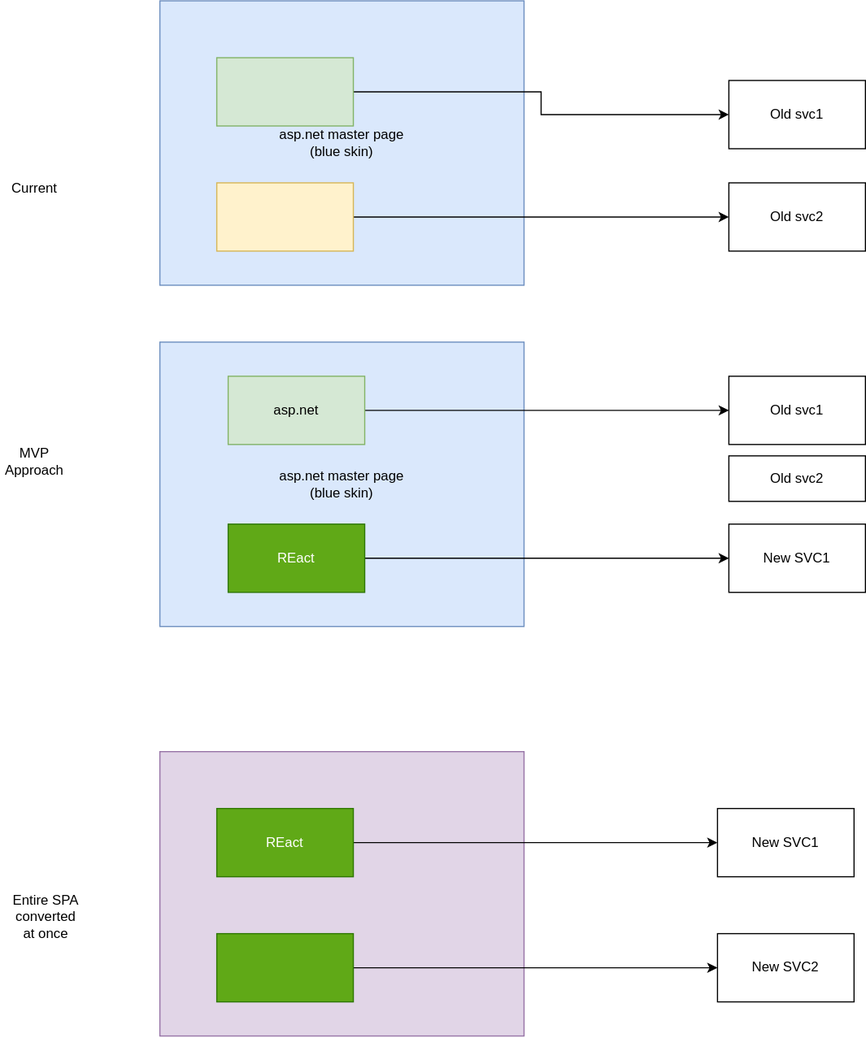
The draw.io diagram microservices/reactreskinning.svg in vjavle/invoicecloud, before a commit. Source tidied: cells renumbered, new cells last; positions are measured from the earlier drawing's top-left corner, leaving out a move shared by most shapes.
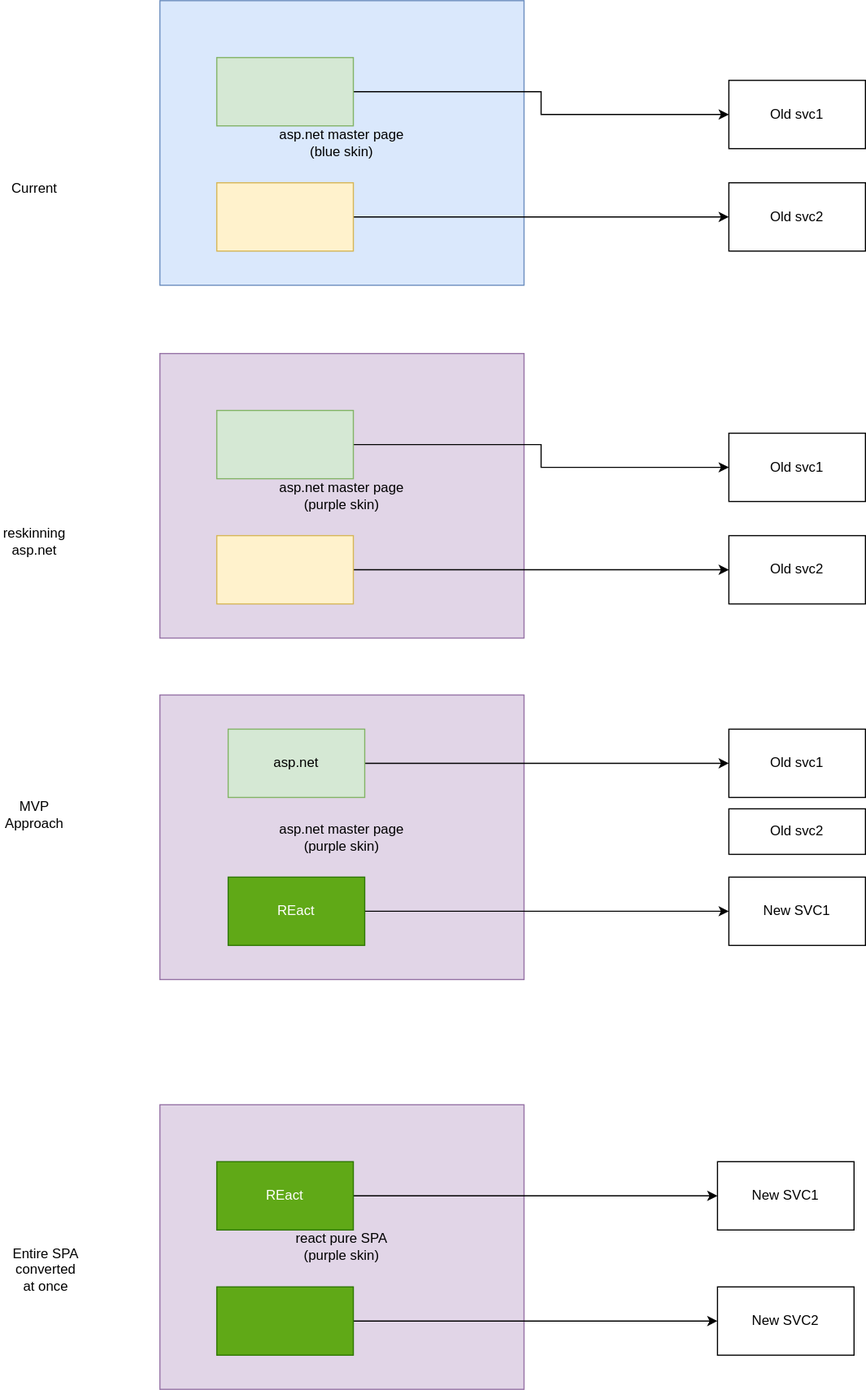
The same file after the commit.

Diff of the diagram source:
```diff
@@ -2,7 +2,7 @@
   <root>
     <mxCell id="0" />
     <mxCell id="1" parent="0" />
-    <mxCell id="2" value="asp.net master page&lt;br&gt;(blue skin)" style="rounded=0;whiteSpace=wrap;html=1;fillColor=#dae8fc;strokeColor=#6c8ebf;" parent="1" vertex="1">
+    <mxCell id="2" value="asp.net master page&lt;br&gt;(purple skin)" style="rounded=0;whiteSpace=wrap;html=1;fillColor=#e1d5e7;strokeColor=#9673a6;" parent="1" vertex="1">
       <mxGeometry x="140" width="320" height="250" as="geometry" />
     </mxCell>
     <mxCell id="3" style="edgeStyle=orthogonalEdgeStyle;rounded=0;jettySize=auto;html=1;" parent="1" edge="1" source="4" target="12">
@@ -17,7 +17,7 @@
     <mxCell id="6" style="rounded=0;whiteSpace=wrap;html=1;fillColor=#fff2cc;strokeColor=#d6b656;" parent="1" vertex="1">
       <mxGeometry x="190" y="160" width="120" height="60" as="geometry" />
     </mxCell>
-    <mxCell id="7" style="rounded=0;whiteSpace=wrap;html=1;fillColor=#e1d5e7;strokeColor=#9673a6;" parent="1" vertex="1">
+    <mxCell id="7" value="react pure SPA&lt;br&gt;(purple skin)" style="rounded=0;whiteSpace=wrap;html=1;fillColor=#e1d5e7;strokeColor=#9673a6;" parent="1" vertex="1">
       <mxGeometry x="140" y="660" width="320" height="250" as="geometry" />
     </mxCell>
     <mxCell id="8" style="edgeStyle=orthogonalEdgeStyle;rounded=0;jettySize=auto;html=1;entryX=0;entryY=0.5;entryDx=0;entryDy=0;" parent="1" edge="1" source="9" target="14">
@@ -44,7 +44,7 @@
     <mxCell id="15" value="New SVC2" style="rounded=0;whiteSpace=wrap;html=1;" parent="1" vertex="1">
       <mxGeometry x="630" y="820" width="120" height="60" as="geometry" />
     </mxCell>
-    <mxCell id="16" value="asp.net master page&lt;br&gt;(blue skin)" style="rounded=0;whiteSpace=wrap;html=1;fillColor=#dae8fc;strokeColor=#6c8ebf;" parent="1" vertex="1">
+    <mxCell id="16" value="asp.net master page&lt;br&gt;(purple skin)" style="rounded=0;whiteSpace=wrap;html=1;fillColor=#e1d5e7;strokeColor=#9673a6;" parent="1" vertex="1">
       <mxGeometry x="140" y="300" width="320" height="250" as="geometry" />
     </mxCell>
     <mxCell id="17" style="edgeStyle=orthogonalEdgeStyle;rounded=0;jettySize=auto;html=1;" parent="1" edge="1" source="18" target="19">
@@ -68,7 +68,7 @@
     <mxCell id="23" value="New SVC1" style="rounded=0;whiteSpace=wrap;html=1;" parent="1" vertex="1">
       <mxGeometry x="640" y="460" width="120" height="60" as="geometry" />
     </mxCell>
-    <mxCell id="24" value="Current" style="text;html=1;strokeColor=none;fillColor=none;align=center;verticalAlign=middle;whiteSpace=wrap;rounded=0;" parent="1" vertex="1">
+    <mxCell id="24" value="reskinning asp.net" style="text;html=1;strokeColor=none;fillColor=none;align=center;verticalAlign=middle;whiteSpace=wrap;rounded=0;" parent="1" vertex="1">
       <mxGeometry y="150" width="60" height="30" as="geometry" />
     </mxCell>
     <mxCell id="25" value="MVP Approach" style="text;html=1;strokeColor=none;fillColor=none;align=center;verticalAlign=middle;whiteSpace=wrap;rounded=0;" parent="1" vertex="1">
@@ -77,5 +77,29 @@
     <mxCell id="26" value="Entire SPA converted at once" style="text;html=1;strokeColor=none;fillColor=none;align=center;verticalAlign=middle;whiteSpace=wrap;rounded=0;" parent="1" vertex="1">
       <mxGeometry x="10" y="790" width="60" height="30" as="geometry" />
     </mxCell>
+    <mxCell id="27" value="asp.net master page&lt;br&gt;(blue skin)" style="rounded=0;whiteSpace=wrap;html=1;fillColor=#dae8fc;strokeColor=#6c8ebf;" parent="1" vertex="1">
+      <mxGeometry x="140" y="-310" width="320" height="250" as="geometry" />
+    </mxCell>
+    <mxCell id="28" style="edgeStyle=orthogonalEdgeStyle;rounded=0;jettySize=auto;html=1;" parent="1" edge="1" source="29" target="32">
+      <mxGeometry relative="1" as="geometry" />
+    </mxCell>
+    <mxCell id="29" style="rounded=0;whiteSpace=wrap;html=1;fillColor=#d5e8d4;strokeColor=#82b366;" parent="1" vertex="1">
+      <mxGeometry x="190" y="-260" width="120" height="60" as="geometry" />
+    </mxCell>
+    <mxCell id="30" style="edgeStyle=orthogonalEdgeStyle;rounded=0;jettySize=auto;html=1;" parent="1" edge="1" source="31" target="33">
+      <mxGeometry relative="1" as="geometry" />
+    </mxCell>
+    <mxCell id="31" style="rounded=0;whiteSpace=wrap;html=1;fillColor=#fff2cc;strokeColor=#d6b656;" parent="1" vertex="1">
+      <mxGeometry x="190" y="-150" width="120" height="60" as="geometry" />
+    </mxCell>
+    <mxCell id="32" value="Old svc1" style="rounded=0;whiteSpace=wrap;html=1;" parent="1" vertex="1">
+      <mxGeometry x="640" y="-240" width="120" height="60" as="geometry" />
+    </mxCell>
+    <mxCell id="33" value="Old svc2" style="rounded=0;whiteSpace=wrap;html=1;" parent="1" vertex="1">
+      <mxGeometry x="640" y="-150" width="120" height="60" as="geometry" />
+    </mxCell>
+    <mxCell id="34" value="Current" style="text;html=1;strokeColor=none;fillColor=none;align=center;verticalAlign=middle;whiteSpace=wrap;rounded=0;" parent="1" vertex="1">
+      <mxGeometry y="-160" width="60" height="30" as="geometry" />
+    </mxCell>
   </root>
 </mxGraphModel>
```
